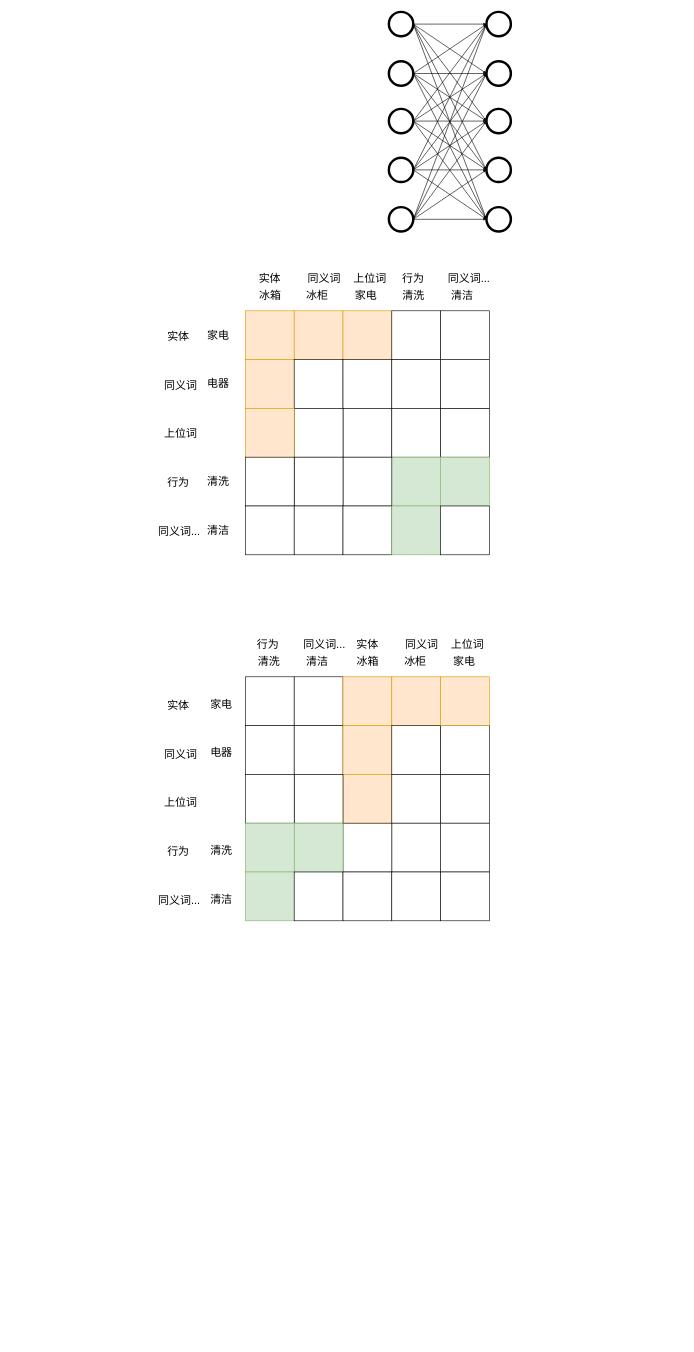
Earlier version of the draw.io diagram Untitled Diagram.drawio (gouxute/leetcode). Source tidied: cells renumbered, new cells numbered last; positions are measured from the earlier drawing's top-left corner, leaving out a move shared by most shapes. Both pictures are drawn from the tidied source at 61%, with x=0, y=0 at pixel (157, 12).
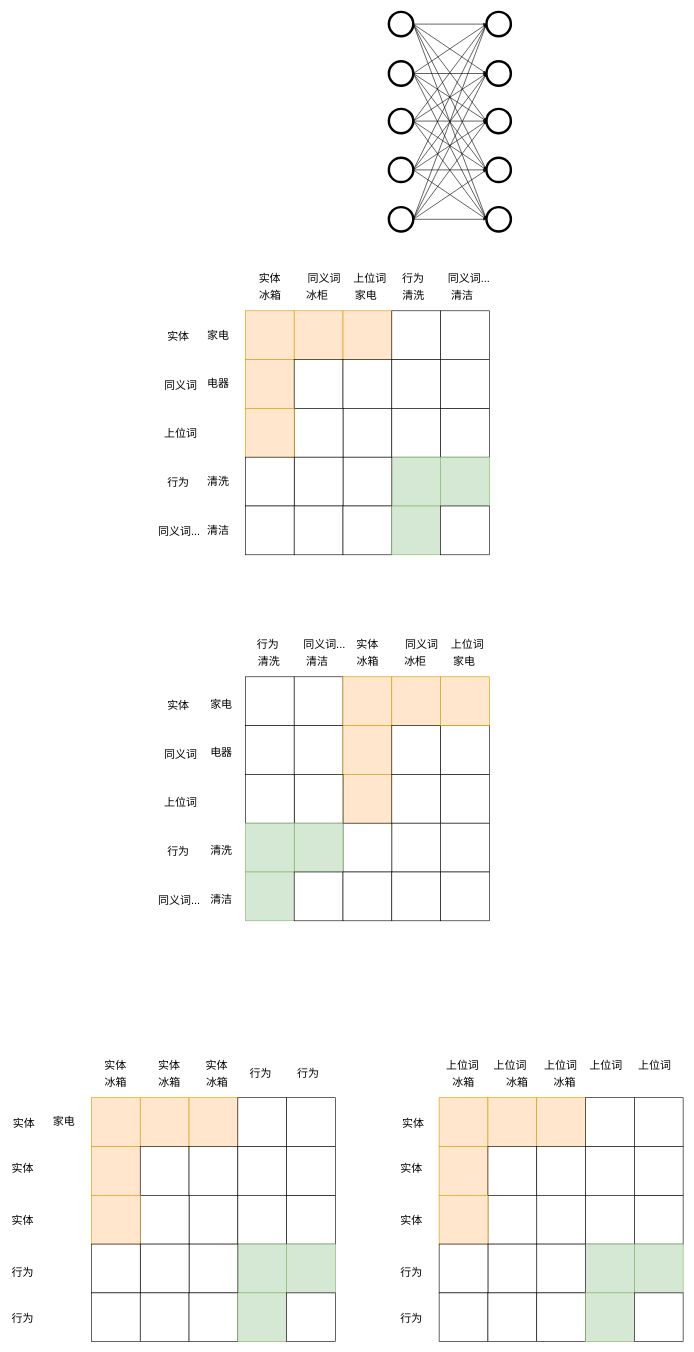
The same page after the edit.

Diff of the diagram source:
```diff
@@
+    <mxCell id="125" style="whiteSpace=wrap;html=1;fillColor=#ffe6cc;strokeColor=#d79b00;" parent="1" vertex="1">
+      <mxGeometry x="-107.6" y="1780" width="80" height="80" as="geometry" />
+    </mxCell>
+    <mxCell id="126" style="whiteSpace=wrap;html=1;fillColor=#ffe6cc;strokeColor=#d79b00;" parent="1" vertex="1">
+      <mxGeometry x="-27.6" y="1780" width="80" height="80" as="geometry" />
+    </mxCell>
+    <mxCell id="127" style="whiteSpace=wrap;html=1;fillColor=#ffe6cc;strokeColor=#d79b00;" parent="1" vertex="1">
+      <mxGeometry x="52.4" y="1780" width="80" height="80" as="geometry" />
+    </mxCell>
+    <mxCell id="128" style="whiteSpace=wrap;html=1;fillColor=#ffe6cc;strokeColor=#d79b00;" parent="1" vertex="1">
+      <mxGeometry x="-107.6" y="1860" width="80" height="80" as="geometry" />
+    </mxCell>
+    <mxCell id="129" style="whiteSpace=wrap;html=1;" parent="1" vertex="1">
+      <mxGeometry x="-27.6" y="1860" width="80" height="80" as="geometry" />
+    </mxCell>
+    <mxCell id="130" style="whiteSpace=wrap;html=1;" parent="1" vertex="1">
+      <mxGeometry x="52.4" y="1860" width="80" height="80" as="geometry" />
+    </mxCell>
+    <mxCell id="131" style="whiteSpace=wrap;html=1;" parent="1" vertex="1">
+      <mxGeometry x="52.4" y="1940" width="80" height="80" as="geometry" />
+    </mxCell>
+    <mxCell id="132" style="whiteSpace=wrap;html=1;" parent="1" vertex="1">
+      <mxGeometry x="-27.6" y="1940" width="80" height="80" as="geometry" />
+    </mxCell>
+    <mxCell id="133" style="whiteSpace=wrap;html=1;fillColor=#ffe6cc;strokeColor=#d79b00;" parent="1" vertex="1">
+      <mxGeometry x="-107.6" y="1940" width="80" height="80" as="geometry" />
+    </mxCell>
+    <mxCell id="134" style="whiteSpace=wrap;html=1;" parent="1" vertex="1">
+      <mxGeometry x="132.4" y="1780" width="80" height="80" as="geometry" />
+    </mxCell>
+    <mxCell id="135" style="whiteSpace=wrap;html=1;" parent="1" vertex="1">
+      <mxGeometry x="132.4" y="1860" width="80" height="80" as="geometry" />
+    </mxCell>
+    <mxCell id="136" style="whiteSpace=wrap;html=1;" parent="1" vertex="1">
+      <mxGeometry x="132.4" y="1940" width="80" height="80" as="geometry" />
+    </mxCell>
+    <mxCell id="137" style="whiteSpace=wrap;html=1;" parent="1" vertex="1">
+      <mxGeometry x="212.4" y="1940" width="80" height="80" as="geometry" />
+    </mxCell>
+    <mxCell id="138" style="whiteSpace=wrap;html=1;fillColor=#d5e8d4;strokeColor=#82b366;" parent="1" vertex="1">
+      <mxGeometry x="212.4" y="2020" width="80" height="80" as="geometry" />
+    </mxCell>
+    <mxCell id="139" style="whiteSpace=wrap;html=1;fillColor=#d5e8d4;strokeColor=#82b366;" parent="1" vertex="1">
+      <mxGeometry x="132.4" y="2020" width="80" height="80" as="geometry" />
+    </mxCell>
+    <mxCell id="140" style="whiteSpace=wrap;html=1;" parent="1" vertex="1">
+      <mxGeometry x="52.4" y="2020" width="80" height="80" as="geometry" />
+    </mxCell>
+    <mxCell id="141" style="whiteSpace=wrap;html=1;" parent="1" vertex="1">
+      <mxGeometry x="-27.6" y="2020" width="80" height="80" as="geometry" />
+    </mxCell>
+    <mxCell id="142" style="whiteSpace=wrap;html=1;" parent="1" vertex="1">
+      <mxGeometry x="-107.6" y="2020" width="80" height="80" as="geometry" />
+    </mxCell>
+    <mxCell id="143" style="whiteSpace=wrap;html=1;" parent="1" vertex="1">
+      <mxGeometry x="-107.6" y="2100" width="80" height="80" as="geometry" />
+    </mxCell>
+    <mxCell id="144" style="whiteSpace=wrap;html=1;" parent="1" vertex="1">
+      <mxGeometry x="-27.6" y="2100" width="80" height="80" as="geometry" />
+    </mxCell>
+    <mxCell id="145" style="whiteSpace=wrap;html=1;" parent="1" vertex="1">
+      <mxGeometry x="52.4" y="2100" width="80" height="80" as="geometry" />
+    </mxCell>
+    <mxCell id="146" style="whiteSpace=wrap;html=1;fillColor=#d5e8d4;strokeColor=#82b366;" parent="1" vertex="1">
+      <mxGeometry x="132.4" y="2100" width="80" height="80" as="geometry" />
+    </mxCell>
+    <mxCell id="147" style="whiteSpace=wrap;html=1;" parent="1" vertex="1">
+      <mxGeometry x="212.4" y="2100" width="80" height="80" as="geometry" />
+    </mxCell>
+    <mxCell id="148" style="whiteSpace=wrap;html=1;" parent="1" vertex="1">
+      <mxGeometry x="212.4" y="1860" width="80" height="80" as="geometry" />
+    </mxCell>
+    <mxCell id="149" style="whiteSpace=wrap;html=1;" parent="1" vertex="1">
+      <mxGeometry x="212.4" y="1780" width="80" height="80" as="geometry" />
+    </mxCell>
+    <mxCell id="150" value="冰箱" style="text;html=1;align=center;verticalAlign=middle;fontSize=18;" parent="1" vertex="1">
+      <mxGeometry x="-92.6" y="1740" width="50" height="30" as="geometry" />
+    </mxCell>
+    <mxCell id="151" value="家电" style="text;html=1;align=center;verticalAlign=middle;fontSize=18;" parent="1" vertex="1">
+      <mxGeometry x="-177.6" y="1805" width="50" height="30" as="geometry" />
+    </mxCell>
+    <mxCell id="152" value="&lt;span style=&quot;color: rgb(0, 0, 0); font-family: helvetica; font-size: 18px; font-style: normal; font-weight: 400; letter-spacing: normal; text-align: center; text-indent: 0px; text-transform: none; word-spacing: 0px; display: inline; float: none;&quot;&gt;实体&lt;/span&gt;" style="text;whiteSpace=wrap;html=1;fontSize=18;gradientDirection=north;rounded=1;labelBackgroundColor=none;" parent="1" vertex="1">
+      <mxGeometry x="-87.6" y="1710" width="50" height="30" as="geometry" />
+    </mxCell>
+    <mxCell id="153" value="&lt;span style=&quot;color: rgb(0, 0, 0); font-family: helvetica; font-size: 18px; font-style: normal; font-weight: 400; letter-spacing: normal; text-align: center; text-indent: 0px; text-transform: none; word-spacing: 0px; display: inline; float: none;&quot;&gt;实体&lt;/span&gt;" style="text;whiteSpace=wrap;html=1;fontSize=18;gradientDirection=north;rounded=1;labelBackgroundColor=none;" parent="1" vertex="1">
+      <mxGeometry x="-237.6" y="1805" width="50" height="30" as="geometry" />
+    </mxCell>
+    <mxCell id="154" value="冰箱" style="text;html=1;align=center;verticalAlign=middle;fontSize=18;" parent="1" vertex="1">
+      <mxGeometry x="-5" y="1740" width="50" height="30" as="geometry" />
+    </mxCell>
+    <mxCell id="155" value="&lt;span style=&quot;color: rgb(0, 0, 0); font-family: helvetica; font-size: 18px; font-style: normal; font-weight: 400; letter-spacing: normal; text-align: center; text-indent: 0px; text-transform: none; word-spacing: 0px; display: inline; float: none;&quot;&gt;实体&lt;/span&gt;" style="text;whiteSpace=wrap;html=1;fontSize=18;gradientDirection=north;rounded=1;labelBackgroundColor=none;" parent="1" vertex="1">
+      <mxGeometry y="1710" width="50" height="30" as="geometry" />
+    </mxCell>
+    <mxCell id="156" value="冰箱" style="text;html=1;align=center;verticalAlign=middle;fontSize=18;" parent="1" vertex="1">
+      <mxGeometry x="72.5" y="1740" width="50" height="30" as="geometry" />
+    </mxCell>
+    <mxCell id="157" value="&lt;span style=&quot;color: rgb(0, 0, 0); font-family: helvetica; font-size: 18px; font-style: normal; font-weight: 400; letter-spacing: normal; text-align: center; text-indent: 0px; text-transform: none; word-spacing: 0px; display: inline; float: none;&quot;&gt;实体&lt;/span&gt;" style="text;whiteSpace=wrap;html=1;fontSize=18;gradientDirection=north;rounded=1;labelBackgroundColor=none;" parent="1" vertex="1">
+      <mxGeometry x="77.5" y="1710" width="50" height="30" as="geometry" />
+    </mxCell>
+    <mxCell id="158" value="&lt;span style=&quot;color: rgb(0, 0, 0); font-family: helvetica; font-size: 18px; font-style: normal; font-weight: 400; letter-spacing: normal; text-align: center; text-indent: 0px; text-transform: none; word-spacing: 0px; display: inline; float: none;&quot;&gt;实体&lt;/span&gt;" style="text;whiteSpace=wrap;html=1;fontSize=18;gradientDirection=north;rounded=1;labelBackgroundColor=none;" parent="1" vertex="1">
+      <mxGeometry x="-240" y="1880" width="50" height="30" as="geometry" />
+    </mxCell>
+    <mxCell id="159" value="&lt;span style=&quot;color: rgb(0, 0, 0); font-family: helvetica; font-size: 18px; font-style: normal; font-weight: 400; letter-spacing: normal; text-align: center; text-indent: 0px; text-transform: none; word-spacing: 0px; display: inline; float: none;&quot;&gt;实体&lt;/span&gt;" style="text;whiteSpace=wrap;html=1;fontSize=18;gradientDirection=north;rounded=1;labelBackgroundColor=none;" parent="1" vertex="1">
+      <mxGeometry x="-240" y="1965" width="50" height="30" as="geometry" />
+    </mxCell>
+    <mxCell id="160" value="&lt;span style=&quot;color: rgb(0 , 0 , 0) ; font-family: &amp;#34;helvetica&amp;#34; ; font-size: 18px ; font-style: normal ; font-weight: 400 ; letter-spacing: normal ; text-align: center ; text-indent: 0px ; text-transform: none ; word-spacing: 0px ; display: inline ; float: none&quot;&gt;行为&lt;/span&gt;" style="text;whiteSpace=wrap;html=1;fontSize=18;gradientDirection=north;rounded=1;labelBackgroundColor=none;" parent="1" vertex="1">
+      <mxGeometry x="-240" y="2050" width="50" height="30" as="geometry" />
+    </mxCell>
+    <mxCell id="161" value="&lt;span style=&quot;color: rgb(0 , 0 , 0) ; font-family: &amp;#34;helvetica&amp;#34; ; font-size: 18px ; font-style: normal ; font-weight: 400 ; letter-spacing: normal ; text-align: center ; text-indent: 0px ; text-transform: none ; word-spacing: 0px ; display: inline ; float: none&quot;&gt;行为&lt;/span&gt;" style="text;whiteSpace=wrap;html=1;fontSize=18;gradientDirection=north;rounded=1;labelBackgroundColor=none;" parent="1" vertex="1">
+      <mxGeometry x="-240" y="2125" width="50" height="30" as="geometry" />
+    </mxCell>
+    <mxCell id="162" value="&lt;span style=&quot;color: rgb(0 , 0 , 0) ; font-family: &amp;#34;helvetica&amp;#34; ; font-size: 18px ; font-style: normal ; font-weight: 400 ; letter-spacing: normal ; text-align: center ; text-indent: 0px ; text-transform: none ; word-spacing: 0px ; display: inline ; float: none&quot;&gt;行为&lt;/span&gt;" style="text;whiteSpace=wrap;html=1;fontSize=18;gradientDirection=north;rounded=1;labelBackgroundColor=none;" parent="1" vertex="1">
+      <mxGeometry x="150" y="1723" width="50" height="30" as="geometry" />
+    </mxCell>
+    <mxCell id="163" value="&lt;span style=&quot;color: rgb(0 , 0 , 0) ; font-family: &amp;#34;helvetica&amp;#34; ; font-size: 18px ; font-style: normal ; font-weight: 400 ; letter-spacing: normal ; text-align: center ; text-indent: 0px ; text-transform: none ; word-spacing: 0px ; display: inline ; float: none&quot;&gt;行为&lt;/span&gt;" style="text;whiteSpace=wrap;html=1;fontSize=18;gradientDirection=north;rounded=1;labelBackgroundColor=none;" parent="1" vertex="1">
+      <mxGeometry x="228.2" y="1723" width="50" height="30" as="geometry" />
+    </mxCell>
+    <mxCell id="164" style="whiteSpace=wrap;html=1;fillColor=#ffe6cc;strokeColor=#d79b00;" parent="1" vertex="1">
+      <mxGeometry x="462.4" y="1780" width="80" height="80" as="geometry" />
+    </mxCell>
+    <mxCell id="165" style="whiteSpace=wrap;html=1;fillColor=#ffe6cc;strokeColor=#d79b00;" parent="1" vertex="1">
+      <mxGeometry x="542.4" y="1780" width="80" height="80" as="geometry" />
+    </mxCell>
+    <mxCell id="166" style="whiteSpace=wrap;html=1;fillColor=#ffe6cc;strokeColor=#d79b00;" parent="1" vertex="1">
+      <mxGeometry x="622.4" y="1780" width="80" height="80" as="geometry" />
+    </mxCell>
+    <mxCell id="167" style="whiteSpace=wrap;html=1;fillColor=#ffe6cc;strokeColor=#d79b00;" parent="1" vertex="1">
+      <mxGeometry x="462.4" y="1860" width="80" height="80" as="geometry" />
+    </mxCell>
+    <mxCell id="168" style="whiteSpace=wrap;html=1;" parent="1" vertex="1">
+      <mxGeometry x="542.4" y="1860" width="80" height="80" as="geometry" />
+    </mxCell>
+    <mxCell id="169" style="whiteSpace=wrap;html=1;" parent="1" vertex="1">
+      <mxGeometry x="622.4" y="1860" width="80" height="80" as="geometry" />
+    </mxCell>
+    <mxCell id="170" style="whiteSpace=wrap;html=1;" parent="1" vertex="1">
+      <mxGeometry x="622.4" y="1940" width="80" height="80" as="geometry" />
+    </mxCell>
+    <mxCell id="171" style="whiteSpace=wrap;html=1;" parent="1" vertex="1">
+      <mxGeometry x="542.4" y="1940" width="80" height="80" as="geometry" />
+    </mxCell>
+    <mxCell id="172" style="whiteSpace=wrap;html=1;fillColor=#ffe6cc;strokeColor=#d79b00;" parent="1" vertex="1">
+      <mxGeometry x="462.4" y="1940" width="80" height="80" as="geometry" />
+    </mxCell>
+    <mxCell id="173" style="whiteSpace=wrap;html=1;" parent="1" vertex="1">
+      <mxGeometry x="702.4" y="1780" width="80" height="80" as="geometry" />
+    </mxCell>
+    <mxCell id="174" style="whiteSpace=wrap;html=1;" parent="1" vertex="1">
+      <mxGeometry x="702.4" y="1860" width="80" height="80" as="geometry" />
+    </mxCell>
+    <mxCell id="175" style="whiteSpace=wrap;html=1;" parent="1" vertex="1">
+      <mxGeometry x="702.4" y="1940" width="80" height="80" as="geometry" />
+    </mxCell>
+    <mxCell id="176" style="whiteSpace=wrap;html=1;" parent="1" vertex="1">
+      <mxGeometry x="782.4" y="1940" width="80" height="80" as="geometry" />
+    </mxCell>
+    <mxCell id="177" style="whiteSpace=wrap;html=1;fillColor=#d5e8d4;strokeColor=#82b366;" parent="1" vertex="1">
+      <mxGeometry x="782.4" y="2020" width="80" height="80" as="geometry" />
+    </mxCell>
+    <mxCell id="178" style="whiteSpace=wrap;html=1;fillColor=#d5e8d4;strokeColor=#82b366;" parent="1" vertex="1">
+      <mxGeometry x="702.4" y="2020" width="80" height="80" as="geometry" />
+    </mxCell>
+    <mxCell id="179" style="whiteSpace=wrap;html=1;" parent="1" vertex="1">
+      <mxGeometry x="622.4" y="2020" width="80" height="80" as="geometry" />
+    </mxCell>
+    <mxCell id="180" style="whiteSpace=wrap;html=1;" parent="1" vertex="1">
+      <mxGeometry x="542.4" y="2020" width="80" height="80" as="geometry" />
+    </mxCell>
+    <mxCell id="181" style="whiteSpace=wrap;html=1;" parent="1" vertex="1">
+      <mxGeometry x="462.4" y="2020" width="80" height="80" as="geometry" />
+    </mxCell>
+    <mxCell id="182" style="whiteSpace=wrap;html=1;" parent="1" vertex="1">
+      <mxGeometry x="462.4" y="2100" width="80" height="80" as="geometry" />
+    </mxCell>
+    <mxCell id="183" style="whiteSpace=wrap;html=1;" parent="1" vertex="1">
+      <mxGeometry x="542.4" y="2100" width="80" height="80" as="geometry" />
+    </mxCell>
+    <mxCell id="184" style="whiteSpace=wrap;html=1;" parent="1" vertex="1">
+      <mxGeometry x="622.4" y="2100" width="80" height="80" as="geometry" />
+    </mxCell>
+    <mxCell id="185" style="whiteSpace=wrap;html=1;fillColor=#d5e8d4;strokeColor=#82b366;" parent="1" vertex="1">
+      <mxGeometry x="702.4" y="2100" width="80" height="80" as="geometry" />
+    </mxCell>
+    <mxCell id="186" style="whiteSpace=wrap;html=1;" parent="1" vertex="1">
+      <mxGeometry x="782.4" y="2100" width="80" height="80" as="geometry" />
+    </mxCell>
+    <mxCell id="187" style="whiteSpace=wrap;html=1;" parent="1" vertex="1">
+      <mxGeometry x="782.4" y="1860" width="80" height="80" as="geometry" />
+    </mxCell>
+    <mxCell id="188" style="whiteSpace=wrap;html=1;" parent="1" vertex="1">
+      <mxGeometry x="782.4" y="1780" width="80" height="80" as="geometry" />
+    </mxCell>
+    <mxCell id="189" value="冰箱" style="text;html=1;align=center;verticalAlign=middle;fontSize=18;" parent="1" vertex="1">
+      <mxGeometry x="477.4" y="1740" width="50" height="30" as="geometry" />
+    </mxCell>
+    <mxCell id="190" value="&lt;span style=&quot;color: rgb(0 , 0 , 0) ; font-family: &amp;#34;helvetica&amp;#34; ; font-size: 18px ; font-style: normal ; font-weight: 400 ; letter-spacing: normal ; text-align: center ; text-indent: 0px ; text-transform: none ; word-spacing: 0px ; display: inline ; float: none&quot;&gt;上位词&lt;/span&gt;" style="text;whiteSpace=wrap;html=1;fontSize=18;gradientDirection=north;rounded=1;labelBackgroundColor=none;" parent="1" vertex="1">
+      <mxGeometry x="472.4" y="1710" width="70" height="30" as="geometry" />
+    </mxCell>
+    <mxCell id="191" value="&lt;span style=&quot;color: rgb(0, 0, 0); font-family: helvetica; font-size: 18px; font-style: normal; font-weight: 400; letter-spacing: normal; text-align: center; text-indent: 0px; text-transform: none; word-spacing: 0px; display: inline; float: none;&quot;&gt;实体&lt;/span&gt;" style="text;whiteSpace=wrap;html=1;fontSize=18;gradientDirection=north;rounded=1;labelBackgroundColor=none;" parent="1" vertex="1">
+      <mxGeometry x="399.8" y="1805" width="50" height="30" as="geometry" />
+    </mxCell>
+    <mxCell id="192" value="冰箱" style="text;html=1;align=center;verticalAlign=middle;fontSize=18;" parent="1" vertex="1">
+      <mxGeometry x="565" y="1740" width="50" height="30" as="geometry" />
+    </mxCell>
+    <mxCell id="193" value="&lt;span style=&quot;font-family: &amp;#34;helvetica&amp;#34; ; text-align: center&quot;&gt;上位词&lt;/span&gt;" style="text;whiteSpace=wrap;html=1;fontSize=18;gradientDirection=north;rounded=1;labelBackgroundColor=none;" parent="1" vertex="1">
+      <mxGeometry x="550" y="1710" width="70" height="30" as="geometry" />
+    </mxCell>
+    <mxCell id="194" value="冰箱" style="text;html=1;align=center;verticalAlign=middle;fontSize=18;" parent="1" vertex="1">
+      <mxGeometry x="642.5" y="1740" width="50" height="30" as="geometry" />
+    </mxCell>
+    <mxCell id="195" value="&lt;span style=&quot;color: rgb(0, 0, 0); font-family: helvetica; font-size: 18px; font-style: normal; font-weight: 400; letter-spacing: normal; text-align: center; text-indent: 0px; text-transform: none; word-spacing: 0px; display: inline; float: none;&quot;&gt;实体&lt;/span&gt;" style="text;whiteSpace=wrap;html=1;fontSize=18;gradientDirection=north;rounded=1;labelBackgroundColor=none;" parent="1" vertex="1">
+      <mxGeometry x="397.4" y="1880" width="50" height="30" as="geometry" />
+    </mxCell>
+    <mxCell id="196" value="&lt;span style=&quot;color: rgb(0, 0, 0); font-family: helvetica; font-size: 18px; font-style: normal; font-weight: 400; letter-spacing: normal; text-align: center; text-indent: 0px; text-transform: none; word-spacing: 0px; display: inline; float: none;&quot;&gt;实体&lt;/span&gt;" style="text;whiteSpace=wrap;html=1;fontSize=18;gradientDirection=north;rounded=1;labelBackgroundColor=none;" parent="1" vertex="1">
+      <mxGeometry x="397.4" y="1965" width="50" height="30" as="geometry" />
+    </mxCell>
+    <mxCell id="197" value="&lt;span style=&quot;color: rgb(0 , 0 , 0) ; font-family: &amp;#34;helvetica&amp;#34; ; font-size: 18px ; font-style: normal ; font-weight: 400 ; letter-spacing: normal ; text-align: center ; text-indent: 0px ; text-transform: none ; word-spacing: 0px ; display: inline ; float: none&quot;&gt;行为&lt;/span&gt;" style="text;whiteSpace=wrap;html=1;fontSize=18;gradientDirection=north;rounded=1;labelBackgroundColor=none;" parent="1" vertex="1">
+      <mxGeometry x="397.4" y="2050" width="50" height="30" as="geometry" />
+    </mxCell>
+    <mxCell id="198" value="&lt;span style=&quot;color: rgb(0 , 0 , 0) ; font-family: &amp;#34;helvetica&amp;#34; ; font-size: 18px ; font-style: normal ; font-weight: 400 ; letter-spacing: normal ; text-align: center ; text-indent: 0px ; text-transform: none ; word-spacing: 0px ; display: inline ; float: none&quot;&gt;行为&lt;/span&gt;" style="text;whiteSpace=wrap;html=1;fontSize=18;gradientDirection=north;rounded=1;labelBackgroundColor=none;" parent="1" vertex="1">
+      <mxGeometry x="397.4" y="2125" width="50" height="30" as="geometry" />
+    </mxCell>
+    <mxCell id="199" value="&lt;span style=&quot;font-family: &amp;#34;helvetica&amp;#34; ; text-align: center&quot;&gt;上位词&lt;/span&gt;" style="text;whiteSpace=wrap;html=1;fontSize=18;gradientDirection=north;rounded=1;labelBackgroundColor=none;" parent="1" vertex="1">
+      <mxGeometry x="632.5" y="1710" width="70" height="30" as="geometry" />
+    </mxCell>
+    <mxCell id="200" value="&lt;span style=&quot;font-family: &amp;#34;helvetica&amp;#34; ; text-align: center&quot;&gt;上位词&lt;/span&gt;" style="text;whiteSpace=wrap;html=1;fontSize=18;gradientDirection=north;rounded=1;labelBackgroundColor=none;" parent="1" vertex="1">
+      <mxGeometry x="707.4" y="1710" width="70" height="30" as="geometry" />
+    </mxCell>
+    <mxCell id="201" value="&lt;span style=&quot;font-family: &amp;#34;helvetica&amp;#34; ; text-align: center&quot;&gt;上位词&lt;/span&gt;" style="text;whiteSpace=wrap;html=1;fontSize=18;gradientDirection=north;rounded=1;labelBackgroundColor=none;" parent="1" vertex="1">
+      <mxGeometry x="787.4" y="1710" width="70" height="30" as="geometry" />
+    </mxCell>
```
